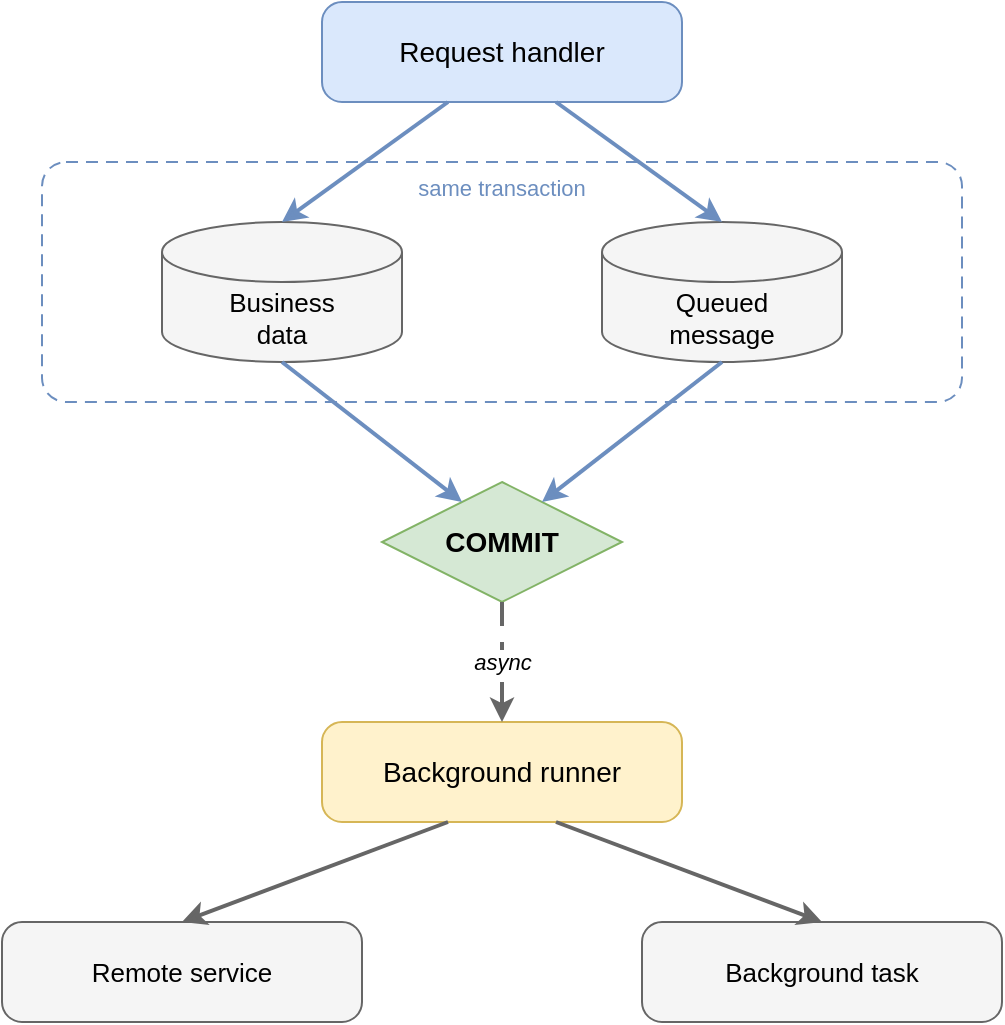
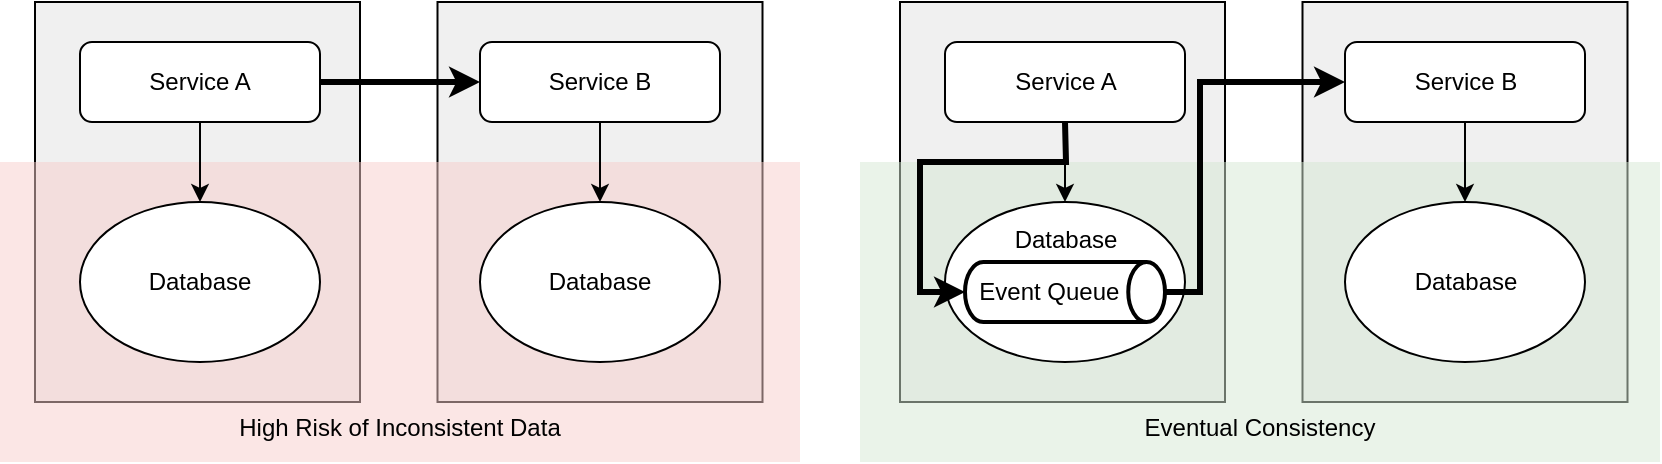
- <?xml version="1.0" encoding="UTF-8"?>
- <mxfile host="app.diagrams.net" version="29.6.1">
-   <diagram id="event-queues-motivation" name="Page-1">
-     <mxGraphModel dx="1200" dy="800" grid="1" gridSize="10" guides="1" tooltips="1" connect="1" arrows="1" fold="1" page="1" pageScale="1" pageWidth="850" pageHeight="500" math="0" shadow="0">
+ <mxfile host="Electron">
+   <diagram name="Page-1" id="46z46xmNzj30f8AApKfU">
+     <mxGraphModel dx="1294" dy="705" grid="1" gridSize="10" guides="1" tooltips="1" connect="1" arrows="1" fold="1" page="1" pageScale="1" pageWidth="827" pageHeight="1169" math="0" shadow="0">
      <root>
-         <mxCell id="0"/>
-         <mxCell id="1" parent="0"/>
- 
-         <!-- Request handler -->
-         <mxCell id="handler" value="Request handler" style="rounded=1;whiteSpace=wrap;html=1;fillColor=#dae8fc;strokeColor=#6c8ebf;fontSize=14;arcSize=20;" vertex="1" parent="1">
-           <mxGeometry x="320" y="40" width="180" height="50" as="geometry"/>
+         <mxCell id="0" />
+         <mxCell id="1" parent="0" />
+         <mxCell id="sVXAEm2ftBvj8J-BqPBj-13" parent="1" style="rounded=0;whiteSpace=wrap;html=1;shadow=0;fillColor=#F0F0F0;" value="" vertex="1">
+           <mxGeometry height="200" width="162.5" x="298.75" y="180" as="geometry" />
        </mxCell>
- 
-         <!-- Transaction box (dashed group around the two stores) -->
-         <mxCell id="txbox" value="same transaction" style="rounded=1;whiteSpace=wrap;html=1;fillColor=none;strokeColor=#6c8ebf;dashed=1;dashPattern=6 4;fontSize=11;fontColor=#6c8ebf;verticalAlign=top;arcSize=10;align=center;" vertex="1" parent="1">
-           <mxGeometry x="180" y="120" width="460" height="120" as="geometry"/>
+         <mxCell id="sVXAEm2ftBvj8J-BqPBj-12" parent="1" style="rounded=0;whiteSpace=wrap;html=1;shadow=0;fillColor=#F0F0F0;" value="" vertex="1">
+           <mxGeometry height="200" width="162.5" x="97.5" y="180" as="geometry" />
        </mxCell>
- 
-         <!-- Business data (cylinder) -->
-         <mxCell id="data" value="Business&#xa;data" style="shape=cylinder3;whiteSpace=wrap;html=1;boundedLbl=1;backgroundOutline=1;size=15;fillColor=#f5f5f5;strokeColor=#666666;fontSize=13;" vertex="1" parent="1">
-           <mxGeometry x="240" y="150" width="120" height="70" as="geometry"/>
+         <mxCell id="sVXAEm2ftBvj8J-BqPBj-31" parent="1" style="rounded=0;whiteSpace=wrap;html=1;fillColor=light-dark(#F8CECC,#D5E8D4);gradientColor=none;fillStyle=auto;strokeColor=none;opacity=50;" value="&lt;div&gt;&lt;br&gt;&lt;/div&gt;&lt;div&gt;&lt;br&gt;&lt;/div&gt;&lt;div&gt;&lt;br&gt;&lt;/div&gt;&lt;div&gt;&lt;br&gt;&lt;/div&gt;&lt;div&gt;&lt;br&gt;&lt;/div&gt;&lt;div&gt;&lt;br&gt;&lt;/div&gt;&lt;div&gt;&lt;br&gt;&lt;/div&gt;&lt;div&gt;&lt;br&gt;&lt;/div&gt;High Risk of Inconsistent Data" vertex="1">
+           <mxGeometry height="150" width="400" x="80" y="260" as="geometry" />
        </mxCell>
- 
-         <!-- Queued message (cylinder) -->
-         <mxCell id="queue" value="Queued&#xa;message" style="shape=cylinder3;whiteSpace=wrap;html=1;boundedLbl=1;backgroundOutline=1;size=15;fillColor=#f5f5f5;strokeColor=#666666;fontSize=13;" vertex="1" parent="1">
-           <mxGeometry x="460" y="150" width="120" height="70" as="geometry"/>
+         <mxCell id="sVXAEm2ftBvj8J-BqPBj-17" parent="1" style="rounded=0;whiteSpace=wrap;html=1;shadow=0;fillColor=#F0F0F0;" value="" vertex="1">
+           <mxGeometry height="200" width="162.5" x="731.25" y="180" as="geometry" />
        </mxCell>
- 
-         <!-- Edges: handler -> data, handler -> queue -->
-         <mxCell id="e1" style="endArrow=classic;html=1;rounded=0;exitX=0.35;exitY=1;exitDx=0;exitDy=0;entryX=0.5;entryY=0;entryDx=0;entryDy=0;strokeColor=#6c8ebf;strokeWidth=2;" edge="1" parent="1" source="handler" target="data">
-           <mxGeometry relative="1" as="geometry"/>
+         <mxCell id="sVXAEm2ftBvj8J-BqPBj-18" parent="1" style="rounded=0;whiteSpace=wrap;html=1;shadow=0;fillColor=#F0F0F0;" value="" vertex="1">
+           <mxGeometry height="200" width="162.5" x="530" y="180" as="geometry" />
        </mxCell>
-         <mxCell id="e2" style="endArrow=classic;html=1;rounded=0;exitX=0.65;exitY=1;exitDx=0;exitDy=0;entryX=0.5;entryY=0;entryDx=0;entryDy=0;strokeColor=#6c8ebf;strokeWidth=2;" edge="1" parent="1" source="handler" target="queue">
-           <mxGeometry relative="1" as="geometry"/>
+         <mxCell id="sVXAEm2ftBvj8J-BqPBj-30" parent="1" style="rounded=0;whiteSpace=wrap;html=1;fillColor=light-dark(#D5E8D4,#D5E8D4);gradientColor=none;fillStyle=auto;strokeColor=none;opacity=50;" value="&lt;div&gt;&lt;br&gt;&lt;/div&gt;&lt;div&gt;&lt;br&gt;&lt;/div&gt;&lt;div&gt;&lt;br&gt;&lt;/div&gt;&lt;div&gt;&lt;br&gt;&lt;/div&gt;&lt;div&gt;&lt;br&gt;&lt;/div&gt;&lt;div&gt;&lt;br&gt;&lt;/div&gt;&lt;div&gt;&lt;br&gt;&lt;/div&gt;&lt;div&gt;&lt;br&gt;&lt;/div&gt;Eventual Consistency" vertex="1">
+           <mxGeometry height="150" width="400" x="510" y="260" as="geometry" />
        </mxCell>
- 
-         <!-- COMMIT diamond -->
-         <mxCell id="commit" value="COMMIT" style="rhombus;whiteSpace=wrap;html=1;fillColor=#d5e8d4;strokeColor=#82b366;fontSize=14;fontStyle=1;" vertex="1" parent="1">
-           <mxGeometry x="350" y="280" width="120" height="60" as="geometry"/>
+         <mxCell id="sVXAEm2ftBvj8J-BqPBj-1" parent="1" style="ellipse;whiteSpace=wrap;html=1;" value="Database" vertex="1">
+           <mxGeometry height="80" width="120" x="120" y="280" as="geometry" />
        </mxCell>
- 
-         <!-- Edges: data -> commit, queue -> commit -->
-         <mxCell id="e3" style="endArrow=classic;html=1;rounded=0;exitX=0.5;exitY=1;exitDx=0;exitDy=0;entryX=0.25;entryY=0;entryDx=0;entryDy=0;strokeColor=#6c8ebf;strokeWidth=2;" edge="1" parent="1" source="data" target="commit">
-           <mxGeometry relative="1" as="geometry"/>
+         <mxCell id="sVXAEm2ftBvj8J-BqPBj-8" parent="1" style="rounded=1;whiteSpace=wrap;html=1;" value="Service A" vertex="1">
+           <mxGeometry height="40" width="120" x="120" y="200" as="geometry" />
        </mxCell>
-         <mxCell id="e4" style="endArrow=classic;html=1;rounded=0;exitX=0.5;exitY=1;exitDx=0;exitDy=0;entryX=0.75;entryY=0;entryDx=0;entryDy=0;strokeColor=#6c8ebf;strokeWidth=2;" edge="1" parent="1" source="queue" target="commit">
-           <mxGeometry relative="1" as="geometry"/>
+         <mxCell id="sVXAEm2ftBvj8J-BqPBj-9" parent="1" style="rounded=1;whiteSpace=wrap;html=1;" value="Service B" vertex="1">
+           <mxGeometry height="40" width="120" x="320" y="200" as="geometry" />
        </mxCell>
- 
-         <!-- Background runner (dashed = async) -->
-         <mxCell id="runner" value="Background runner" style="rounded=1;whiteSpace=wrap;html=1;fillColor=#fff2cc;strokeColor=#d6b656;fontSize=14;arcSize=20;" vertex="1" parent="1">
-           <mxGeometry x="320" y="400" width="180" height="50" as="geometry"/>
+         <mxCell id="sVXAEm2ftBvj8J-BqPBj-10" edge="1" parent="1" source="sVXAEm2ftBvj8J-BqPBj-8" style="endArrow=classic;html=1;rounded=0;exitX=0.5;exitY=1;exitDx=0;exitDy=0;entryX=0.5;entryY=0;entryDx=0;entryDy=0;" target="sVXAEm2ftBvj8J-BqPBj-1" value="">
+           <mxGeometry height="50" relative="1" width="50" as="geometry">
+             <mxPoint x="390" y="390" as="sourcePoint" />
+             <mxPoint x="440" y="340" as="targetPoint" />
+           </mxGeometry>
        </mxCell>
- 
-         <!-- COMMIT -> runner (dashed, labelled "async") -->
-         <mxCell id="e5" value="async" style="endArrow=classic;html=1;rounded=0;dashed=1;dashPattern=6 4;exitX=0.5;exitY=1;exitDx=0;exitDy=0;entryX=0.5;entryY=0;entryDx=0;entryDy=0;strokeColor=#666666;strokeWidth=2;fontSize=11;fontStyle=2;" edge="1" parent="1" source="commit" target="runner">
-           <mxGeometry relative="1" as="geometry"/>
+         <mxCell id="sVXAEm2ftBvj8J-BqPBj-11" edge="1" parent="1" source="sVXAEm2ftBvj8J-BqPBj-8" style="endArrow=classic;html=1;rounded=0;exitX=1;exitY=0.5;exitDx=0;exitDy=0;entryX=0;entryY=0.5;entryDx=0;entryDy=0;strokeWidth=3;" target="sVXAEm2ftBvj8J-BqPBj-9" value="">
+           <mxGeometry height="50" relative="1" width="50" as="geometry">
+             <mxPoint x="330" y="300" as="sourcePoint" />
+             <mxPoint x="330" y="340" as="targetPoint" />
+           </mxGeometry>
        </mxCell>
- 
-         <!-- Remote service -->
-         <mxCell id="remote" value="Remote service" style="rounded=1;whiteSpace=wrap;html=1;fillColor=#f5f5f5;strokeColor=#666666;fontSize=13;arcSize=20;" vertex="1" parent="1">
-           <mxGeometry x="160" y="500" width="180" height="50" as="geometry"/>
+         <mxCell id="sVXAEm2ftBvj8J-BqPBj-14" parent="1" style="ellipse;whiteSpace=wrap;html=1;" value="Database" vertex="1">
+           <mxGeometry height="80" width="120" x="320" y="280" as="geometry" />
        </mxCell>
- 
-         <!-- Background task -->
-         <mxCell id="task" value="Background task" style="rounded=1;whiteSpace=wrap;html=1;fillColor=#f5f5f5;strokeColor=#666666;fontSize=13;arcSize=20;" vertex="1" parent="1">
-           <mxGeometry x="480" y="500" width="180" height="50" as="geometry"/>
+         <mxCell id="sVXAEm2ftBvj8J-BqPBj-16" edge="1" parent="1" source="sVXAEm2ftBvj8J-BqPBj-9" style="endArrow=classic;html=1;rounded=0;exitX=0.5;exitY=1;exitDx=0;exitDy=0;entryX=0.5;entryY=0;entryDx=0;entryDy=0;" target="sVXAEm2ftBvj8J-BqPBj-14" value="">
+           <mxGeometry height="50" relative="1" width="50" as="geometry">
+             <mxPoint x="390" y="390" as="sourcePoint" />
+             <mxPoint x="440" y="340" as="targetPoint" />
+           </mxGeometry>
        </mxCell>
- 
-         <!-- runner -> remote, runner -> task -->
-         <mxCell id="e6" style="endArrow=classic;html=1;rounded=0;exitX=0.35;exitY=1;exitDx=0;exitDy=0;entryX=0.5;entryY=0;entryDx=0;entryDy=0;strokeColor=#666666;strokeWidth=2;" edge="1" parent="1" source="runner" target="remote">
-           <mxGeometry relative="1" as="geometry"/>
+         <mxCell id="sVXAEm2ftBvj8J-BqPBj-19" parent="1" style="ellipse;whiteSpace=wrap;html=1;" value="Database&lt;div&gt;&lt;br&gt;&lt;div&gt;&lt;br&gt;&lt;/div&gt;&lt;div&gt;&lt;br&gt;&lt;/div&gt;&lt;/div&gt;" vertex="1">
+           <mxGeometry height="80" width="120" x="552.5" y="280" as="geometry" />
        </mxCell>
-         <mxCell id="e7" style="endArrow=classic;html=1;rounded=0;exitX=0.65;exitY=1;exitDx=0;exitDy=0;entryX=0.5;entryY=0;entryDx=0;entryDy=0;strokeColor=#666666;strokeWidth=2;" edge="1" parent="1" source="runner" target="task">
-           <mxGeometry relative="1" as="geometry"/>
+         <mxCell id="sVXAEm2ftBvj8J-BqPBj-20" parent="1" style="rounded=1;whiteSpace=wrap;html=1;" value="Service A" vertex="1">
+           <mxGeometry height="40" width="120" x="552.5" y="200" as="geometry" />
        </mxCell>
- 
+         <mxCell id="sVXAEm2ftBvj8J-BqPBj-21" parent="1" style="rounded=1;whiteSpace=wrap;html=1;" value="Service B" vertex="1">
+           <mxGeometry height="40" width="120" x="752.5" y="200" as="geometry" />
+         </mxCell>
+         <mxCell id="sVXAEm2ftBvj8J-BqPBj-22" edge="1" parent="1" source="sVXAEm2ftBvj8J-BqPBj-20" style="endArrow=classic;html=1;rounded=0;exitX=0.5;exitY=1;exitDx=0;exitDy=0;entryX=0;entryY=0.5;entryDx=0;entryDy=0;entryPerimeter=0;strokeWidth=3;" target="sVXAEm2ftBvj8J-BqPBj-26" value="">
+           <mxGeometry height="50" relative="1" width="50" as="geometry">
+             <Array as="points">
+               <mxPoint x="613" y="260" />
+               <mxPoint x="540" y="260" />
+               <mxPoint x="540" y="325" />
+             </Array>
+             <mxPoint x="822.5" y="390" as="sourcePoint" />
+             <mxPoint x="872.5" y="340" as="targetPoint" />
+           </mxGeometry>
+         </mxCell>
+         <mxCell id="sVXAEm2ftBvj8J-BqPBj-24" parent="1" style="ellipse;whiteSpace=wrap;html=1;" value="Database" vertex="1">
+           <mxGeometry height="80" width="120" x="752.5" y="280" as="geometry" />
+         </mxCell>
+         <mxCell id="sVXAEm2ftBvj8J-BqPBj-25" edge="1" parent="1" source="sVXAEm2ftBvj8J-BqPBj-21" style="endArrow=classic;html=1;rounded=0;exitX=0.5;exitY=1;exitDx=0;exitDy=0;entryX=0.5;entryY=0;entryDx=0;entryDy=0;" target="sVXAEm2ftBvj8J-BqPBj-24" value="">
+           <mxGeometry height="50" relative="1" width="50" as="geometry">
+             <mxPoint x="822.5" y="390" as="sourcePoint" />
+             <mxPoint x="872.5" y="340" as="targetPoint" />
+           </mxGeometry>
+         </mxCell>
+         <mxCell id="sVXAEm2ftBvj8J-BqPBj-26" parent="1" style="strokeWidth=2;html=1;shape=mxgraph.flowchart.direct_data;whiteSpace=wrap;" value="&lt;span style=&quot;background-color: transparent; color: light-dark(rgb(0, 0, 0), rgb(255, 255, 255));&quot;&gt;Event Queue&amp;nbsp; &amp;nbsp; &amp;nbsp;&lt;/span&gt;" vertex="1">
+           <mxGeometry height="30" width="100" x="562.5" y="310" as="geometry" />
+         </mxCell>
+         <mxCell id="sVXAEm2ftBvj8J-BqPBj-27" edge="1" parent="1" source="sVXAEm2ftBvj8J-BqPBj-26" style="endArrow=classic;html=1;rounded=0;exitX=1;exitY=0.5;exitDx=0;exitDy=0;entryX=0;entryY=0.5;entryDx=0;entryDy=0;exitPerimeter=0;strokeWidth=3;" target="sVXAEm2ftBvj8J-BqPBj-21" value="">
+           <mxGeometry height="50" relative="1" width="50" as="geometry">
+             <Array as="points">
+               <mxPoint x="680" y="325" />
+               <mxPoint x="680" y="220" />
+             </Array>
+             <mxPoint x="610" y="250" as="sourcePoint" />
+             <mxPoint x="610" y="290" as="targetPoint" />
+           </mxGeometry>
+         </mxCell>
+         <mxCell id="sVXAEm2ftBvj8J-BqPBj-29" edge="1" parent="1" source="sVXAEm2ftBvj8J-BqPBj-20" style="endArrow=classic;html=1;rounded=0;exitX=0.5;exitY=1;exitDx=0;exitDy=0;entryX=0.5;entryY=0;entryDx=0;entryDy=0;" target="sVXAEm2ftBvj8J-BqPBj-19" value="">
+           <mxGeometry height="50" relative="1" width="50" as="geometry">
+             <mxPoint x="530" y="170" as="sourcePoint" />
+             <mxPoint x="580" y="120" as="targetPoint" />
+           </mxGeometry>
+         </mxCell>
      </root>
    </mxGraphModel>
  </diagram>
</mxfile>
